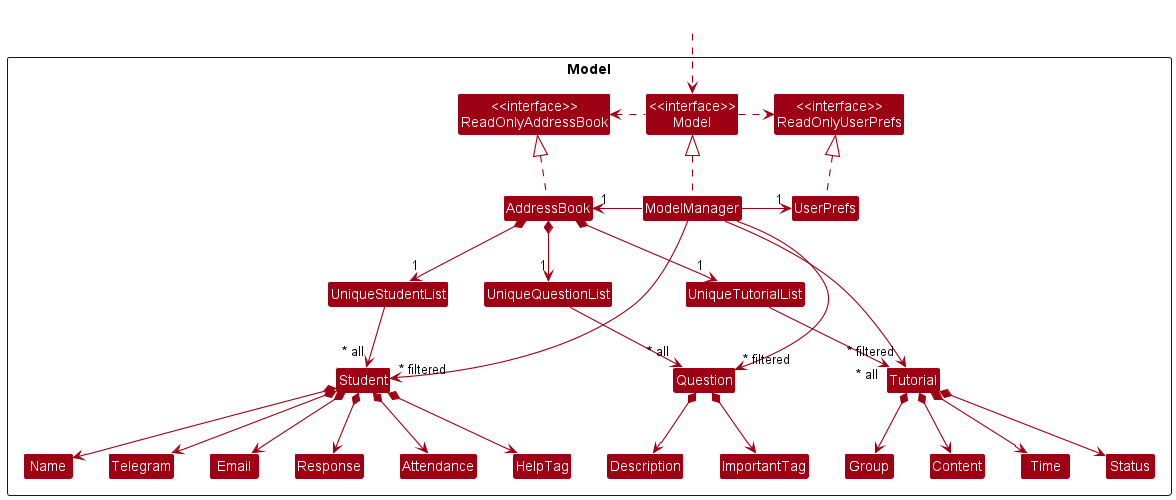
Above: docs/images/ModelClassDiagram.png in nus-cs2103-AY2223S1/tp (PlantUML), before the change.
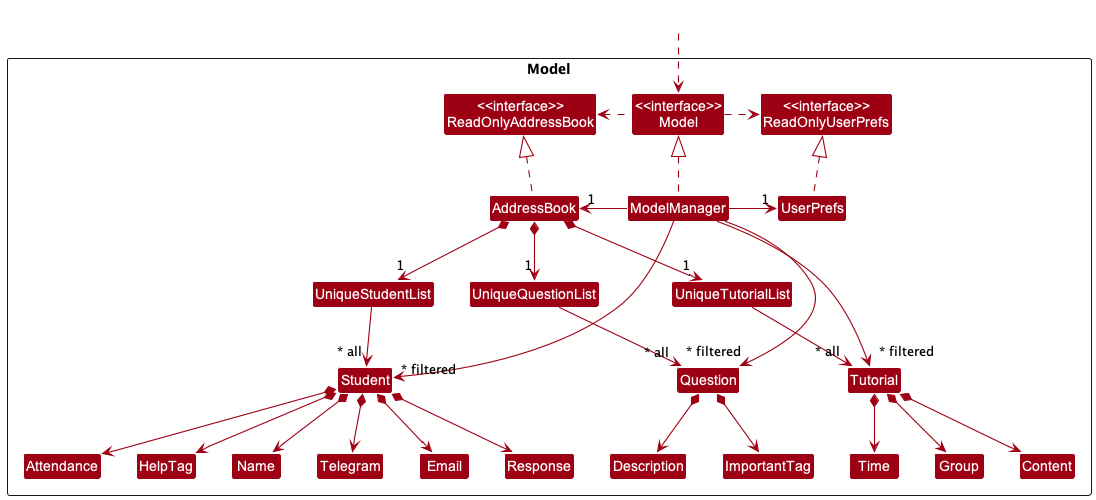
The same diagram one commit later.

The edit, as a diff of the source:
```diff
@@ -31,7 +31,6 @@
 Class Group
 Class Content
 Class Time
-Class Status
 
 }
 
@@ -69,7 +68,6 @@
 Tutorial *--> Group
 Tutorial *--> Content
 Tutorial *--> Time
-Tutorial *--> Status
 
 Name -[hidden]right-> Telegram
 Telegram -[hidden]right-> Email
```
